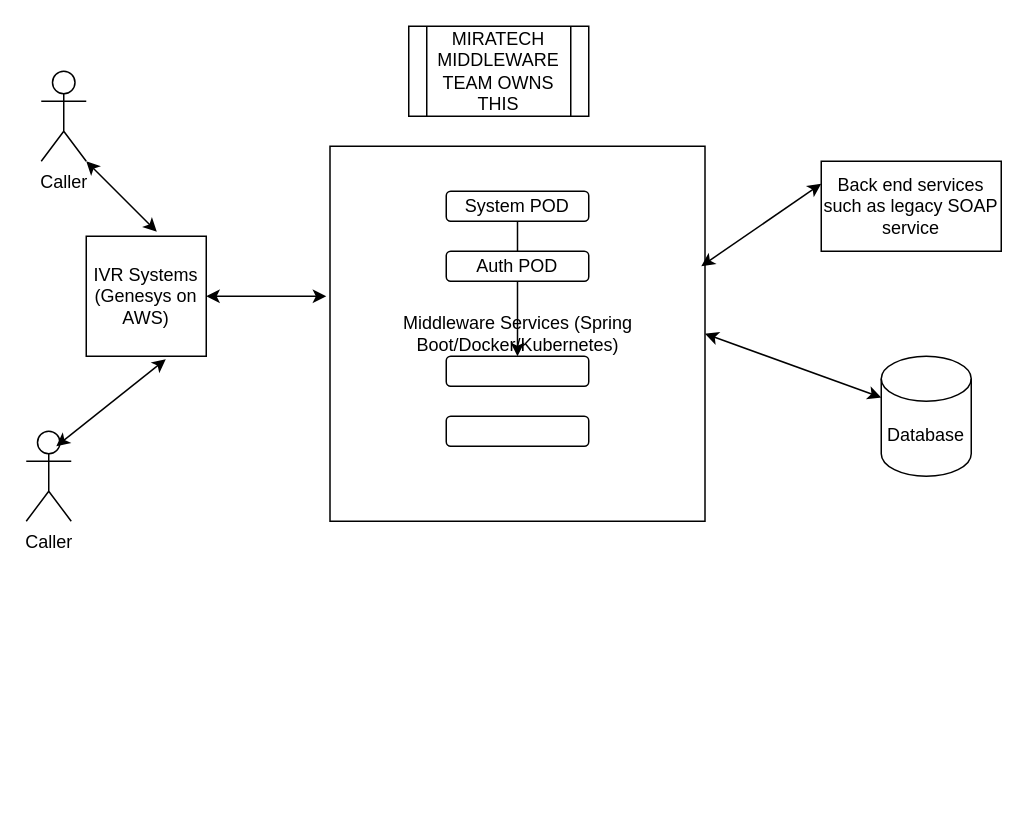
Above: IVR MW.drawio in anshuldevmehta/RandomDiagrams (draw.io), before the change. Source tidied: cells renumbered, new cells numbered last; positions are measured from the earlier drawing's top-left corner, leaving out a move shared by most shapes. Both pictures are drawn from the tidied source at 150%, with x=0, y=0 at pixel (26, 26).
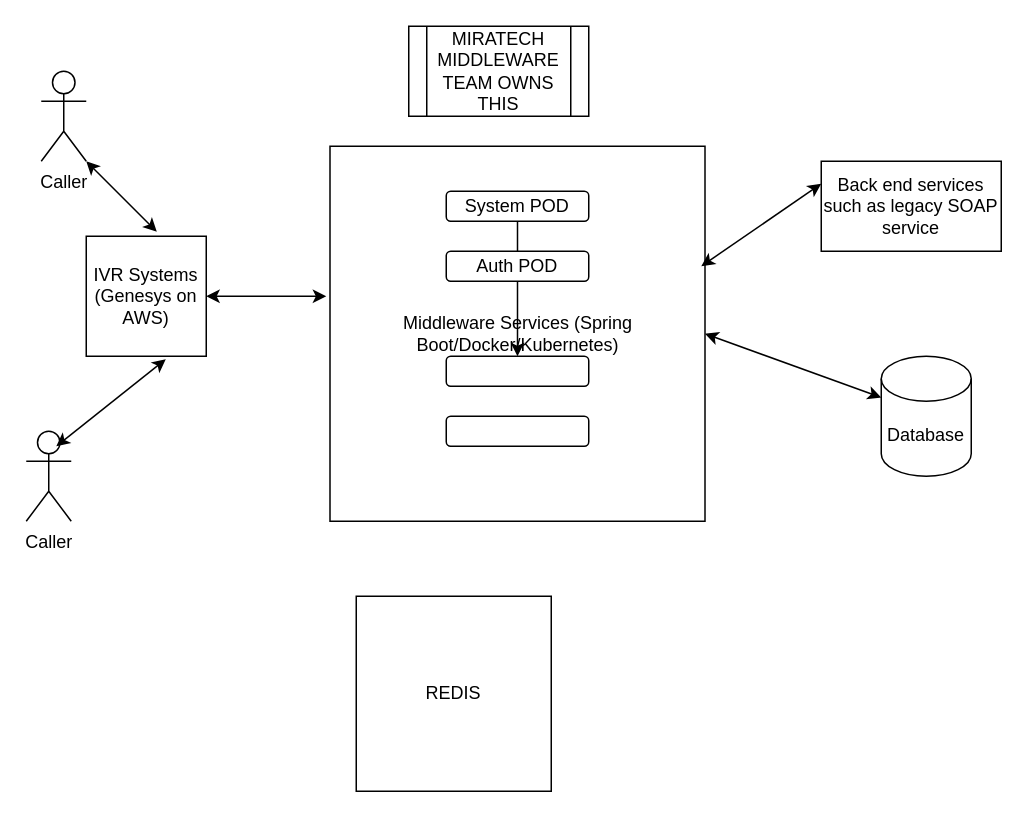
The same diagram, later.

Change to the diagram source:
```diff
@@
+    <mxCell id="19" value="REDIS" style="whiteSpace=wrap;html=1;" parent="1" vertex="1">
+      <mxGeometry x="220" y="380" width="130" height="130" as="geometry" />
+    </mxCell>
```
